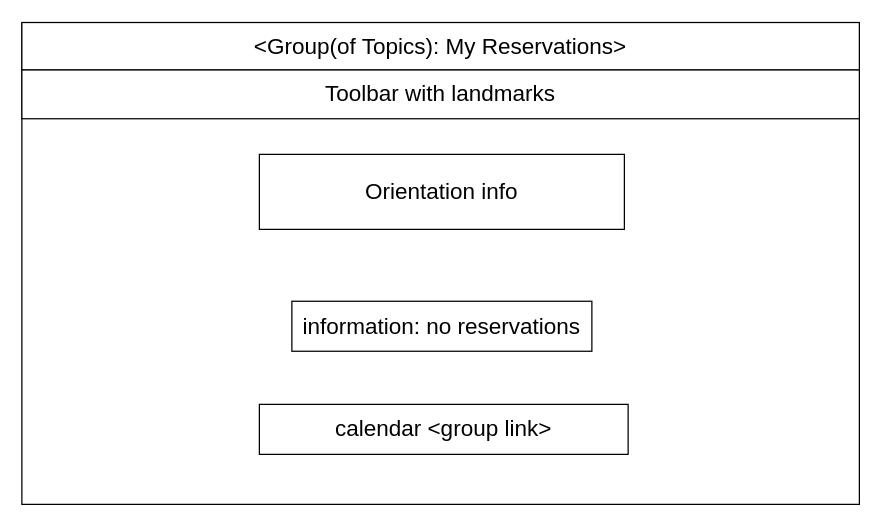
Before: other/documentation/frontend/DRAW IO desing/myReservations empty.drawio in LeonardoPanizzo/hypermedia2019, a draw.io diagram. Source tidied: cells renumbered, new cells numbered last; positions are measured from the earlier drawing's top-left corner, leaving out a move shared by most shapes. Both pictures are drawn from the tidied source at 125%, with x=0, y=0 at pixel (21, 21).
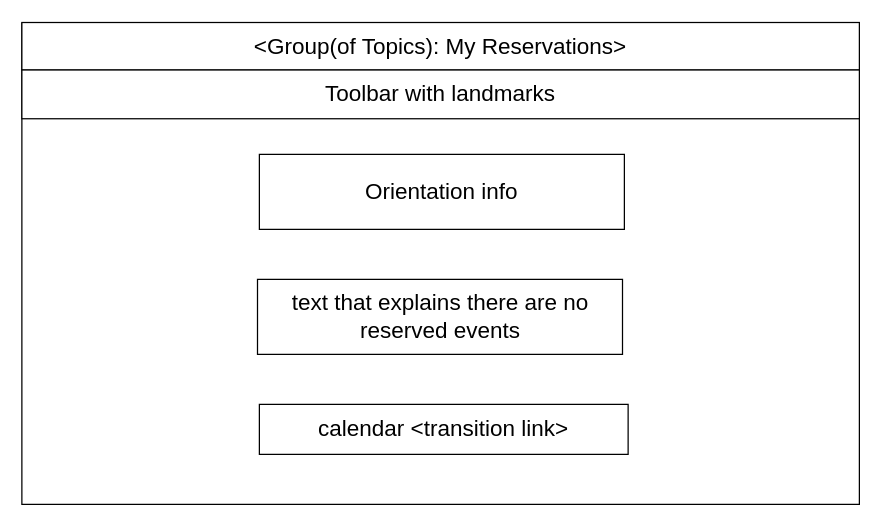
The same page after the edit.

What changed in the source:
```diff
@@
 <mxGraphModel>
   <root>
     <mxCell id="0" />
     <mxCell id="1" parent="0" />
     <mxCell id="2" style="rounded=0;whiteSpace=wrap;html=1;" parent="1" vertex="1">
       <mxGeometry y="1" width="670" height="385" as="geometry" />
     </mxCell>
     <mxCell id="3" value="&lt;div style=&quot;text-align: left ; font-size: 18px&quot;&gt;&lt;/div&gt;&lt;span style=&quot;text-align: left&quot;&gt;&amp;lt;Group(of Topics)&lt;/span&gt;&lt;span style=&quot;text-align: left&quot;&gt;: My Reservations&amp;gt;&lt;/span&gt;&lt;span style=&quot;text-align: left&quot;&gt;&lt;br&gt;&lt;/span&gt;" style="rounded=0;whiteSpace=wrap;html=1;fontSize=18;" parent="1" vertex="1">
       <mxGeometry y="0.5" width="670" height="38" as="geometry" />
     </mxCell>
     <mxCell id="4" value="Toolbar with landmarks" style="rounded=0;whiteSpace=wrap;html=1;fontSize=18;" parent="1" vertex="1">
       <mxGeometry y="38.5" width="670" height="39" as="geometry" />
     </mxCell>
     <mxCell id="5" value="&lt;span style=&quot;font-size: 18px&quot;&gt;Orientation info&lt;/span&gt;" style="rounded=0;whiteSpace=wrap;html=1;" parent="1" vertex="1">
       <mxGeometry x="190" y="106" width="292" height="60" as="geometry" />
     </mxCell>
-    <mxCell id="6" value="information: no reservations" style="rounded=0;whiteSpace=wrap;html=1;fontSize=18;" parent="1" vertex="1">
-      <mxGeometry x="216" y="223.5" width="240" height="40" as="geometry" />
-    </mxCell>
-    <mxCell id="7" value="calendar &amp;lt;group link&amp;gt;" style="rounded=0;whiteSpace=wrap;html=1;fontSize=18;" parent="1" vertex="1">
+    <mxCell id="7" value="calendar &amp;lt;transition link&amp;gt;" style="rounded=0;whiteSpace=wrap;html=1;fontSize=18;" parent="1" vertex="1">
       <mxGeometry x="190" y="306" width="295" height="40" as="geometry" />
     </mxCell>
+    <mxCell id="8" value="&lt;span style=&quot;font-size: 18px&quot;&gt;text that explains there are no reserved events&lt;/span&gt;" style="rounded=0;whiteSpace=wrap;html=1;" parent="1" vertex="1">
+      <mxGeometry x="188.5" y="206" width="292" height="60" as="geometry" />
+    </mxCell>
   </root>
 </mxGraphModel>
```
